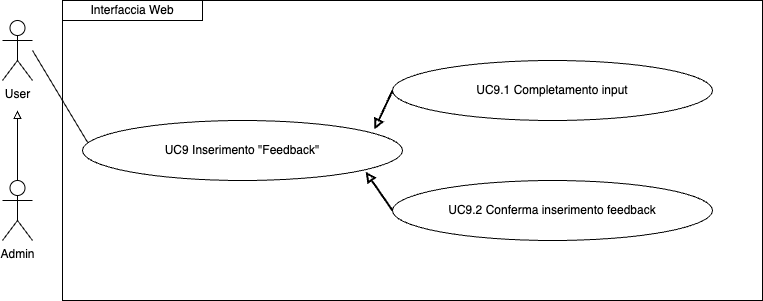
Before: imgs/Uml/UC9.png, a diagram exported from draw.io (ShameIRL/farmacode). Source tidied: cells renumbered, new cells last; positions are measured from the earlier drawing's top-left corner, leaving out a move shared by most shapes. Source of this version:
```xml
<mxGraphModel>
  <root>
    <mxCell id="0" />
    <mxCell id="1" parent="0" />
    <mxCell id="2" style="edgeStyle=orthogonalEdgeStyle;rounded=0;jettySize=auto;html=1;exitX=0.5;exitY=0;exitDx=0;exitDy=0;exitPerimeter=0;endArrow=block;endFill=0;" parent="1" edge="1" source="3">
      <mxGeometry relative="1" as="geometry">
        <mxPoint x="15" y="110" as="targetPoint" />
      </mxGeometry>
    </mxCell>
    <mxCell id="3" value="Admin" style="shape=umlActor;verticalLabelPosition=bottom;verticalAlign=top;html=1;outlineConnect=0;" parent="1" vertex="1">
      <mxGeometry y="180" width="30" height="60" as="geometry" />
    </mxCell>
    <mxCell id="4" value="User" style="shape=umlActor;verticalLabelPosition=bottom;verticalAlign=top;html=1;outlineConnect=0;" parent="1" vertex="1">
      <mxGeometry y="20" width="30" height="60" as="geometry" />
    </mxCell>
    <mxCell id="5" style="endArrow=none;html=1;rounded=0;entryX=0;entryY=0.5;entryDx=0;entryDy=0;" parent="1" edge="1">
      <mxGeometry relative="1" as="geometry">
        <mxPoint x="30" y="50" as="sourcePoint" />
        <mxPoint x="90" y="150" as="targetPoint" />
      </mxGeometry>
    </mxCell>
    <mxCell id="6" value="Interfaccia Web" style="rounded=0;whiteSpace=wrap;html=1;" parent="1" vertex="1">
      <mxGeometry x="60" width="140" height="20" as="geometry" />
    </mxCell>
    <mxCell id="7" value="UC9.1 Completamento input" style="ellipse;whiteSpace=wrap;html=1;" parent="1" vertex="1">
      <mxGeometry x="390" y="60" width="320" height="60" as="geometry" />
    </mxCell>
    <mxCell id="8" value="UC9.2 Conferma inserimento feedback" style="ellipse;whiteSpace=wrap;html=1;" parent="1" vertex="1">
      <mxGeometry x="390" y="180" width="320" height="60" as="geometry" />
    </mxCell>
    <mxCell id="9" style="endArrow=none;html=1;rounded=0;entryX=0;entryY=0.5;entryDx=0;entryDy=0;startArrow=block;startFill=0;strokeWidth=2;exitX=0.881;exitY=0.15;exitDx=0;exitDy=0;exitPerimeter=0;" parent="1" edge="1">
      <mxGeometry relative="1" as="geometry">
        <mxPoint x="371.9" y="129" as="sourcePoint" />
        <mxPoint x="390" y="90" as="targetPoint" />
      </mxGeometry>
    </mxCell>
    <mxCell id="10" style="endArrow=none;html=1;rounded=0;entryX=0;entryY=0.5;entryDx=0;entryDy=0;startArrow=block;startFill=0;strokeWidth=2;exitX=1;exitY=1;exitDx=0;exitDy=0;" parent="1" edge="1" target="8">
      <mxGeometry relative="1" as="geometry">
        <mxPoint x="363.1" y="171.2" as="sourcePoint" />
      </mxGeometry>
    </mxCell>
    <mxCell id="11" value="UC9 Inserimento &quot;Feedback&quot;" style="ellipse;whiteSpace=wrap;html=1;" parent="1" vertex="1">
      <mxGeometry x="80" y="120" width="320" height="60" as="geometry" />
    </mxCell>
    <mxCell id="12" style="rounded=0;whiteSpace=wrap;html=1;fillColor=none;" parent="1" vertex="1">
      <mxGeometry x="60" width="700" height="300" as="geometry" />
    </mxCell>
  </root>
</mxGraphModel>
```
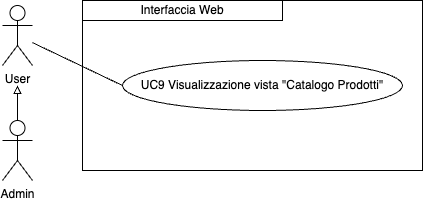
After the change.

Change to the diagram source:
```diff
@@ -2,48 +2,28 @@
   <root>
     <mxCell id="0" />
     <mxCell id="1" parent="0" />
-    <mxCell id="2" style="edgeStyle=orthogonalEdgeStyle;rounded=0;jettySize=auto;html=1;exitX=0.5;exitY=0;exitDx=0;exitDy=0;exitPerimeter=0;endArrow=block;endFill=0;" parent="1" edge="1" source="3">
-      <mxGeometry relative="1" as="geometry">
-        <mxPoint x="15" y="110" as="targetPoint" />
-      </mxGeometry>
-    </mxCell>
+    <mxCell id="13" value="UC9 Visualizzazione vista &quot;Catalogo Prodotti&quot;" style="ellipse;whiteSpace=wrap;html=1;" parent="1" vertex="1">
+      <mxGeometry x="70" y="90" width="280" height="50" as="geometry" />
+    </mxCell>
+    <mxCell id="4" value="User" style="shape=umlActor;verticalLabelPosition=bottom;verticalAlign=top;html=1;outlineConnect=0;" parent="1" vertex="1">
+      <mxGeometry x="-50" y="35" width="30" height="60" as="geometry" />
+    </mxCell>
+    <mxCell id="14" style="edgeStyle=orthogonalEdgeStyle;rounded=0;jettySize=auto;html=1;exitX=0.5;exitY=0;exitDx=0;exitDy=0;exitPerimeter=0;endArrow=block;endFill=0;" parent="1" edge="1" source="3">
+      <mxGeometry relative="1" as="geometry">
+        <mxPoint x="-35" y="115" as="targetPoint" />
+      </mxGeometry>
+    </mxCell>
     <mxCell id="3" value="Admin" style="shape=umlActor;verticalLabelPosition=bottom;verticalAlign=top;html=1;outlineConnect=0;" parent="1" vertex="1">
-      <mxGeometry y="180" width="30" height="60" as="geometry" />
+      <mxGeometry x="-50" y="150" width="30" height="60" as="geometry" />
     </mxCell>
-    <mxCell id="4" value="User" style="shape=umlActor;verticalLabelPosition=bottom;verticalAlign=top;html=1;outlineConnect=0;" parent="1" vertex="1">
-      <mxGeometry y="20" width="30" height="60" as="geometry" />
-    </mxCell>
-    <mxCell id="5" style="endArrow=none;html=1;rounded=0;entryX=0;entryY=0.5;entryDx=0;entryDy=0;" parent="1" edge="1">
-      <mxGeometry relative="1" as="geometry">
-        <mxPoint x="30" y="50" as="sourcePoint" />
-        <mxPoint x="90" y="150" as="targetPoint" />
-      </mxGeometry>
-    </mxCell>
+    <mxCell id="15" style="endArrow=none;html=1;rounded=0;entryX=0;entryY=0.5;entryDx=0;entryDy=0;" parent="1" edge="1" source="4" target="13">
+      <mxGeometry relative="1" as="geometry" />
+    </mxCell>
     <mxCell id="6" value="Interfaccia Web" style="rounded=0;whiteSpace=wrap;html=1;" parent="1" vertex="1">
-      <mxGeometry x="60" width="140" height="20" as="geometry" />
+      <mxGeometry x="30" y="30" width="200" height="20" as="geometry" />
     </mxCell>
-    <mxCell id="7" value="UC9.1 Completamento input" style="ellipse;whiteSpace=wrap;html=1;" parent="1" vertex="1">
-      <mxGeometry x="390" y="60" width="320" height="60" as="geometry" />
-    </mxCell>
-    <mxCell id="8" value="UC9.2 Conferma inserimento feedback" style="ellipse;whiteSpace=wrap;html=1;" parent="1" vertex="1">
-      <mxGeometry x="390" y="180" width="320" height="60" as="geometry" />
-    </mxCell>
-    <mxCell id="9" style="endArrow=none;html=1;rounded=0;entryX=0;entryY=0.5;entryDx=0;entryDy=0;startArrow=block;startFill=0;strokeWidth=2;exitX=0.881;exitY=0.15;exitDx=0;exitDy=0;exitPerimeter=0;" parent="1" edge="1">
-      <mxGeometry relative="1" as="geometry">
-        <mxPoint x="371.9" y="129" as="sourcePoint" />
-        <mxPoint x="390" y="90" as="targetPoint" />
-      </mxGeometry>
-    </mxCell>
-    <mxCell id="10" style="endArrow=none;html=1;rounded=0;entryX=0;entryY=0.5;entryDx=0;entryDy=0;startArrow=block;startFill=0;strokeWidth=2;exitX=1;exitY=1;exitDx=0;exitDy=0;" parent="1" edge="1" target="8">
-      <mxGeometry relative="1" as="geometry">
-        <mxPoint x="363.1" y="171.2" as="sourcePoint" />
-      </mxGeometry>
-    </mxCell>
-    <mxCell id="11" value="UC9 Inserimento &quot;Feedback&quot;" style="ellipse;whiteSpace=wrap;html=1;" parent="1" vertex="1">
-      <mxGeometry x="80" y="120" width="320" height="60" as="geometry" />
-    </mxCell>
-    <mxCell id="12" style="rounded=0;whiteSpace=wrap;html=1;fillColor=none;" parent="1" vertex="1">
-      <mxGeometry x="60" width="700" height="300" as="geometry" />
-    </mxCell>
+    <mxCell id="16" style="rounded=0;whiteSpace=wrap;html=1;fillColor=none;" parent="1" vertex="1">
+      <mxGeometry x="30" y="30" width="340" height="170" as="geometry" />
+    </mxCell>
   </root>
 </mxGraphModel>
```
